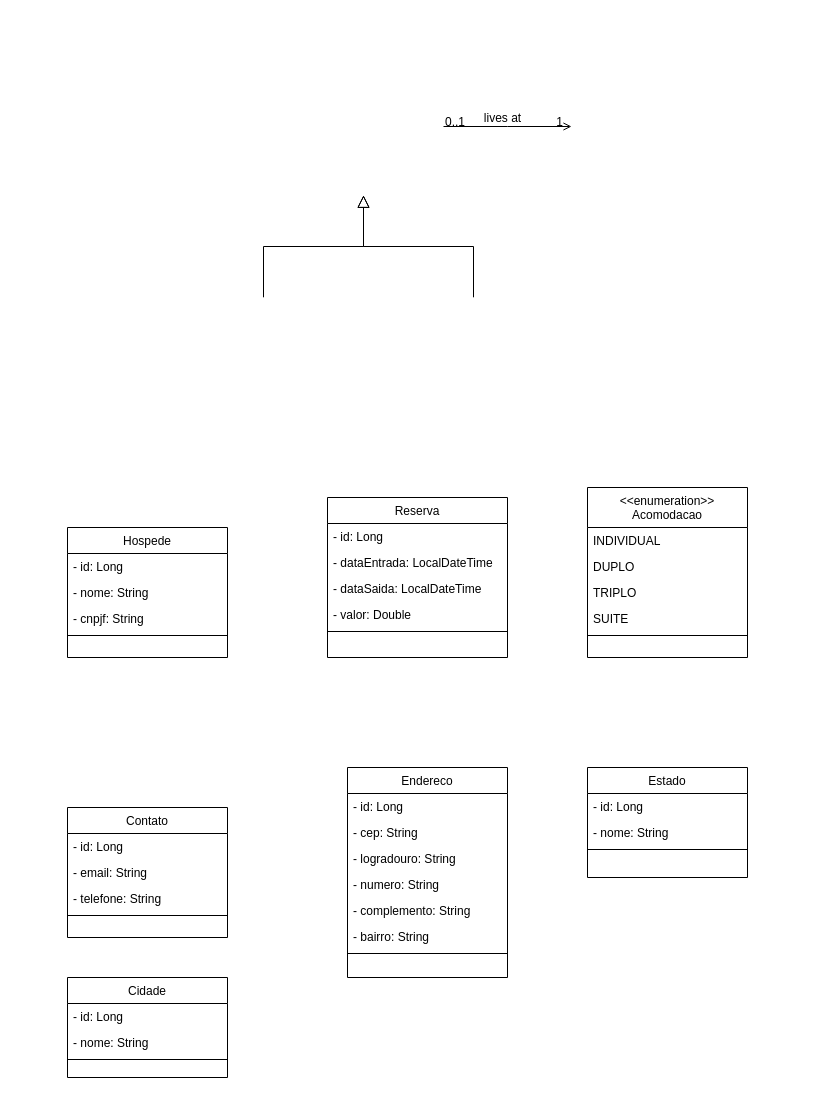
This is Diagrama UML/DiagramaMJV.drawio from lucarauj/mjv-java-school-grupo06-atividades, a draw.io file, before an edit. Source tidied: cells renumbered, new cells numbered last; positions are measured from the earlier drawing's top-left corner, leaving out a move shared by most shapes. Both pictures are drawn from the tidied source at 100%, with x=0, y=0 at pixel (67, 126).
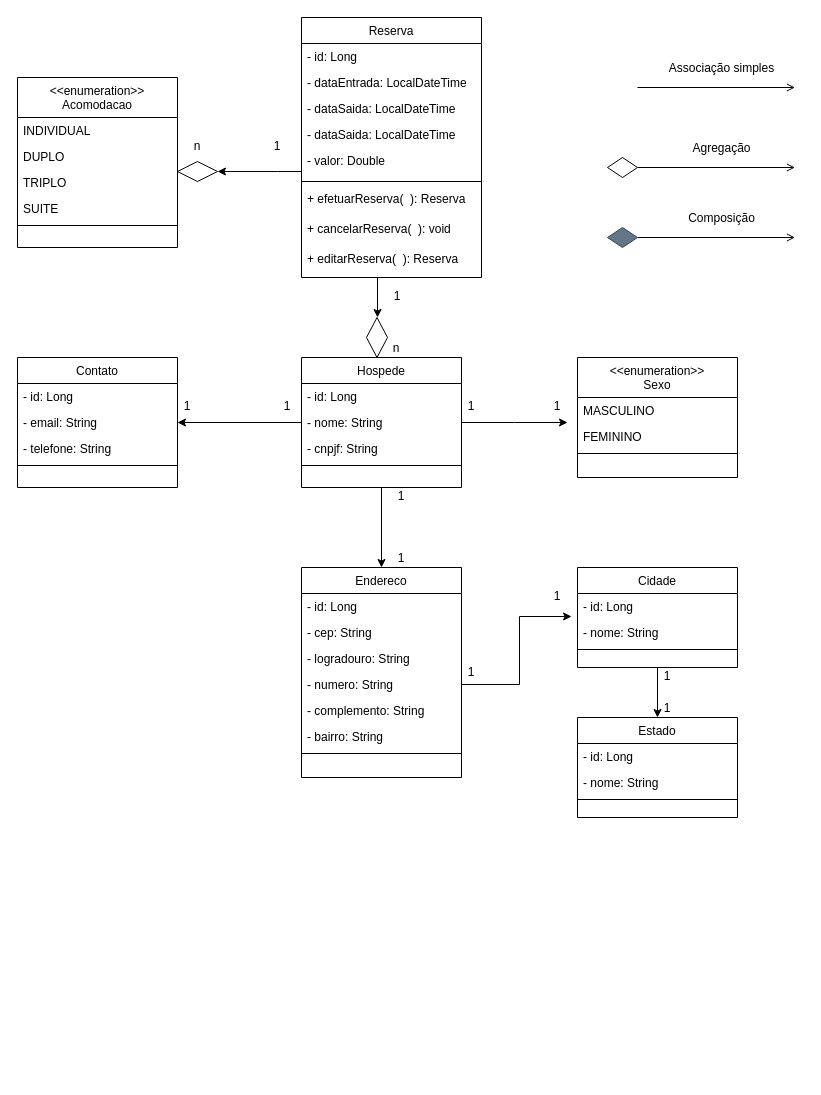
After the change.

Commit message:
Add relacionamento entre Classes

Unchanged cells that the change refers to:
```xml
<mxCell id="10" value="- nome: String" style="text;align=left;verticalAlign=top;spacingLeft=4;spacingRight=4;overflow=hidden;points=[[0,0.5],[1,0.5]];portConstraint=eastwest;" parent="8" vertex="1">
  <mxGeometry y="52" width="160" height="26" as="geometry" />
</mxCell>
<mxCell id="17" value="- numero: String" style="text;align=left;verticalAlign=top;spacingLeft=4;spacingRight=4;overflow=hidden;points=[[0,0.5],[1,0.5]];portConstraint=eastwest;rounded=0;shadow=0;html=0;" parent="13" vertex="1">
  <mxGeometry y="104" width="160" height="26" as="geometry" />
</mxCell>
<mxCell id="23" value="- email: String" style="text;align=left;verticalAlign=top;spacingLeft=4;spacingRight=4;overflow=hidden;points=[[0,0.5],[1,0.5]];portConstraint=eastwest;" parent="21" vertex="1">
  <mxGeometry y="52" width="160" height="26" as="geometry" />
</mxCell>
<mxCell id="28" value="- nome: String" style="text;align=left;verticalAlign=top;spacingLeft=4;spacingRight=4;overflow=hidden;points=[[0,0.5],[1,0.5]];portConstraint=eastwest;" parent="26" vertex="1">
  <mxGeometry y="52" width="160" height="26" as="geometry" />
</mxCell>
```

The edit, as a diff of the source:
```diff
@@
-    <mxCell id="2" style="endArrow=block;endSize=10;endFill=0;shadow=0;strokeWidth=1;rounded=0;edgeStyle=elbowEdgeStyle;elbow=vertical;" parent="1" edge="1">
-      <mxGeometry relative="1" as="geometry">
-        <mxPoint x="196" y="170.8" as="sourcePoint" />
-        <mxPoint x="296" y="68.8" as="targetPoint" />
-      </mxGeometry>
-    </mxCell>
-    <mxCell id="3" style="endArrow=block;endSize=10;endFill=0;shadow=0;strokeWidth=1;rounded=0;edgeStyle=elbowEdgeStyle;elbow=vertical;" parent="1" edge="1">
-      <mxGeometry relative="1" as="geometry">
-        <mxPoint x="406" y="170.8" as="sourcePoint" />
-        <mxPoint x="296" y="68.8" as="targetPoint" />
-      </mxGeometry>
-    </mxCell>
     <mxCell id="4" style="endArrow=open;shadow=0;strokeWidth=1;rounded=0;endFill=1;edgeStyle=elbowEdgeStyle;elbow=vertical;" parent="1" edge="1">
       <mxGeometry x="0.5" y="41" relative="1" as="geometry">
-        <mxPoint x="376" as="sourcePoint" />
-        <mxPoint x="504" as="targetPoint" />
+        <mxPoint x="570" y="-39" as="sourcePoint" />
+        <mxPoint x="727.5" y="-38.5" as="targetPoint" />
         <mxPoint x="-40" y="32" as="offset" />
       </mxGeometry>
     </mxCell>
-    <mxCell id="5" value="0..1" style="align=left;verticalAlign=bottom;labelBackgroundColor=none;fontSize=12;" parent="4" vertex="1">
-      <mxGeometry x="-1" relative="1" as="geometry">
-        <mxPoint y="4" as="offset" />
-      </mxGeometry>
-    </mxCell>
-    <mxCell id="6" value="1" style="align=right;verticalAlign=bottom;labelBackgroundColor=none;fontSize=12;" parent="4" vertex="1">
-      <mxGeometry x="1" relative="1" as="geometry">
-        <mxPoint x="-7" y="4" as="offset" />
-      </mxGeometry>
-    </mxCell>
-    <mxCell id="7" value="lives at" style="text;html=1;align=center;verticalAlign=middle;labelBackgroundColor=none;rounded=0;shadow=0;strokeWidth=1;fontSize=12;" parent="4" vertex="1">
+    <mxCell id="7" value="Associação simples" style="text;html=1;align=center;verticalAlign=middle;labelBackgroundColor=none;rounded=0;shadow=0;strokeWidth=1;fontSize=12;" parent="4" vertex="1">
       <mxGeometry x="0.5" y="49" relative="1" as="geometry">
-        <mxPoint x="-38" y="40" as="offset" />
+        <mxPoint x="-36" y="29" as="offset" />
       </mxGeometry>
     </mxCell>
+    <mxCell id="46" style="edgeStyle=orthogonalEdgeStyle;rounded=0;jettySize=auto;html=1;entryX=0.5;entryY=0;entryDx=0;entryDy=0;" parent="1" edge="1" source="8" target="13">
+      <mxGeometry relative="1" as="geometry" />
+    </mxCell>
     <mxCell id="8" value="Hospede" style="swimlane;fontStyle=0;align=center;verticalAlign=top;horizontal=1;startSize=26;rounded=0;shadow=0;strokeWidth=1;" parent="1" vertex="1">
-      <mxGeometry y="401" width="160" height="130" as="geometry" />
+      <mxGeometry x="234" y="231" width="160" height="130" as="geometry" />
     </mxCell>
@@
+    <mxCell id="47" style="edgeStyle=orthogonalEdgeStyle;rounded=0;jettySize=auto;html=1;" parent="8" edge="1" source="10">
+      <mxGeometry relative="1" as="geometry">
+        <mxPoint x="266" y="65" as="targetPoint" />
+      </mxGeometry>
+    </mxCell>
@@
     <mxCell id="13" value="Endereco" style="swimlane;fontStyle=0;align=center;verticalAlign=top;horizontal=1;startSize=26;rounded=0;shadow=0;strokeWidth=1;" parent="1" vertex="1">
-      <mxGeometry x="280" y="641" width="160" height="210" as="geometry" />
+      <mxGeometry x="234" y="441" width="160" height="210" as="geometry" />
     </mxCell>
@@
     <mxCell id="21" value="Contato" style="swimlane;fontStyle=0;align=center;verticalAlign=top;horizontal=1;startSize=26;rounded=0;shadow=0;strokeWidth=1;" parent="1" vertex="1">
-      <mxGeometry y="681" width="160" height="130" as="geometry" />
+      <mxGeometry x="-50" y="231" width="160" height="130" as="geometry" />
     </mxCell>
@@
+    <mxCell id="48" style="edgeStyle=orthogonalEdgeStyle;rounded=0;jettySize=auto;html=1;entryX=0.5;entryY=0;entryDx=0;entryDy=0;" parent="1" edge="1" source="26" target="30">
+      <mxGeometry relative="1" as="geometry" />
+    </mxCell>
     <mxCell id="26" value="Cidade" style="swimlane;fontStyle=0;align=center;verticalAlign=top;horizontal=1;startSize=26;rounded=0;shadow=0;strokeWidth=1;" parent="1" vertex="1">
-      <mxGeometry y="851" width="160" height="100" as="geometry" />
+      <mxGeometry x="510" y="441" width="160" height="100" as="geometry" />
     </mxCell>
@@
     <mxCell id="30" value="Estado" style="swimlane;fontStyle=0;align=center;verticalAlign=top;horizontal=1;startSize=26;rounded=0;shadow=0;strokeWidth=1;" parent="1" vertex="1">
-      <mxGeometry x="520" y="641" width="160" height="110" as="geometry" />
+      <mxGeometry x="510" y="591" width="160" height="100" as="geometry" />
     </mxCell>
@@
+    <mxCell id="49" style="edgeStyle=orthogonalEdgeStyle;rounded=0;jettySize=auto;html=1;" parent="1" edge="1" source="34" target="66">
+      <mxGeometry relative="1" as="geometry">
+        <Array as="points">
+          <mxPoint x="210" y="45" />
+          <mxPoint x="210" y="45" />
+        </Array>
+      </mxGeometry>
+    </mxCell>
     <mxCell id="34" value="Reserva" style="swimlane;fontStyle=0;align=center;verticalAlign=top;horizontal=1;startSize=26;rounded=0;shadow=0;strokeWidth=1;" parent="1" vertex="1">
-      <mxGeometry x="260" y="371" width="180" height="160" as="geometry" />
+      <mxGeometry x="234" y="-109" width="180" height="260" as="geometry" />
     </mxCell>
@@
+    <mxCell id="50" value="- dataSaida: LocalDateTime" style="text;align=left;verticalAlign=top;spacingLeft=4;spacingRight=4;overflow=hidden;rounded=0;shadow=0;html=0;" parent="34" vertex="1">
+      <mxGeometry y="78" width="180" height="26" as="geometry" />
+    </mxCell>
     <mxCell id="37" value="- dataSaida: LocalDateTime" style="text;align=left;verticalAlign=top;spacingLeft=4;spacingRight=4;overflow=hidden;rounded=0;shadow=0;html=0;" parent="34" vertex="1">
-      <mxGeometry y="78" width="180" height="26" as="geometry" />
+      <mxGeometry y="104" width="180" height="26" as="geometry" />
     </mxCell>
     <mxCell id="38" value="- valor: Double" style="text;align=left;verticalAlign=top;spacingLeft=4;spacingRight=4;overflow=hidden;rounded=0;shadow=0;html=0;" parent="34" vertex="1">
-      <mxGeometry y="104" width="180" height="26" as="geometry" />
+      <mxGeometry y="130" width="180" height="30" as="geometry" />
     </mxCell>
     <mxCell id="39" style="line;html=1;strokeWidth=1;align=left;verticalAlign=middle;spacingTop=-1;spacingLeft=3;spacingRight=3;labelPosition=right;" parent="34" vertex="1">
-      <mxGeometry y="130" width="180" height="8" as="geometry" />
+      <mxGeometry y="160" width="180" height="8" as="geometry" />
     </mxCell>
+    <mxCell id="51" value="+ efetuarReserva(  ): Reserva" style="text;align=left;verticalAlign=top;spacingLeft=4;spacingRight=4;overflow=hidden;rounded=0;shadow=0;html=0;" parent="34" vertex="1">
+      <mxGeometry y="168" width="180" height="30" as="geometry" />
+    </mxCell>
+    <mxCell id="52" value="+ cancelarReserva(  ): void" style="text;align=left;verticalAlign=top;spacingLeft=4;spacingRight=4;overflow=hidden;rounded=0;shadow=0;html=0;" parent="34" vertex="1">
+      <mxGeometry y="198" width="180" height="30" as="geometry" />
+    </mxCell>
+    <mxCell id="53" value="+ editarReserva(  ): Reserva" style="text;align=left;verticalAlign=top;spacingLeft=4;spacingRight=4;overflow=hidden;rounded=0;shadow=0;html=0;" parent="34" vertex="1">
+      <mxGeometry y="228" width="180" height="30" as="geometry" />
+    </mxCell>
     <mxCell id="40" value="&lt;&lt;enumeration&gt;&gt; &#10;Acomodacao" style="swimlane;fontStyle=0;align=center;verticalAlign=top;horizontal=1;startSize=40;rounded=0;shadow=0;strokeWidth=1;" parent="1" vertex="1">
-      <mxGeometry x="520" y="361" width="160" height="170" as="geometry" />
+      <mxGeometry x="-50" y="-49" width="160" height="170" as="geometry" />
     </mxCell>
@@
+    <mxCell id="54" style="endArrow=open;shadow=0;strokeWidth=1;rounded=0;endFill=1;edgeStyle=elbowEdgeStyle;elbow=vertical;" parent="1" edge="1">
+      <mxGeometry x="0.5" y="41" relative="1" as="geometry">
+        <mxPoint x="570" y="41" as="sourcePoint" />
+        <mxPoint x="727.5" y="41.5" as="targetPoint" />
+        <mxPoint x="-40" y="32" as="offset" />
+      </mxGeometry>
+    </mxCell>
+    <mxCell id="55" value="Agregação" style="text;html=1;align=center;verticalAlign=middle;labelBackgroundColor=none;rounded=0;shadow=0;strokeWidth=1;fontSize=12;" parent="54" vertex="1">
+      <mxGeometry x="0.5" y="49" relative="1" as="geometry">
+        <mxPoint x="-36" y="29" as="offset" />
+      </mxGeometry>
+    </mxCell>
+    <mxCell id="56" style="rhombus;whiteSpace=wrap;html=1;" parent="1" vertex="1">
+      <mxGeometry x="540" y="31" width="30" height="20" as="geometry" />
+    </mxCell>
+    <mxCell id="57" style="endArrow=open;shadow=0;strokeWidth=1;rounded=0;endFill=1;edgeStyle=elbowEdgeStyle;elbow=vertical;" parent="1" edge="1">
+      <mxGeometry x="0.5" y="41" relative="1" as="geometry">
+        <mxPoint x="570" y="111" as="sourcePoint" />
+        <mxPoint x="727.5" y="111.5" as="targetPoint" />
+        <mxPoint x="-40" y="32" as="offset" />
+      </mxGeometry>
+    </mxCell>
+    <mxCell id="58" value="Composição" style="text;html=1;align=center;verticalAlign=middle;labelBackgroundColor=none;rounded=0;shadow=0;strokeWidth=1;fontSize=12;" parent="57" vertex="1">
+      <mxGeometry x="0.5" y="49" relative="1" as="geometry">
+        <mxPoint x="-36" y="29" as="offset" />
+      </mxGeometry>
+    </mxCell>
+    <mxCell id="59" style="rhombus;whiteSpace=wrap;html=1;fillColor=#647687;fontColor=#ffffff;strokeColor=#314354;" parent="1" vertex="1">
+      <mxGeometry x="540" y="101" width="30" height="20" as="geometry" />
+    </mxCell>
+    <mxCell id="60" value="&lt;&lt;enumeration&gt;&gt; &#10;Sexo" style="swimlane;fontStyle=0;align=center;verticalAlign=top;horizontal=1;startSize=40;rounded=0;shadow=0;strokeWidth=1;" parent="1" vertex="1">
+      <mxGeometry x="510" y="231" width="160" height="120" as="geometry" />
+    </mxCell>
+    <mxCell id="61" value="MASCULINO" style="text;align=left;verticalAlign=top;spacingLeft=4;spacingRight=4;overflow=hidden;rounded=0;shadow=0;html=0;" parent="60" vertex="1">
+      <mxGeometry y="40" width="160" height="26" as="geometry" />
+    </mxCell>
+    <mxCell id="62" value="FEMININO" style="text;align=left;verticalAlign=top;spacingLeft=4;spacingRight=4;overflow=hidden;rounded=0;shadow=0;html=0;" parent="60" vertex="1">
+      <mxGeometry y="66" width="160" height="26" as="geometry" />
+    </mxCell>
+    <mxCell id="63" style="line;html=1;strokeWidth=1;align=left;verticalAlign=middle;spacingTop=-1;spacingLeft=3;spacingRight=3;labelPosition=right;" parent="60" vertex="1">
+      <mxGeometry y="92" width="160" height="8" as="geometry" />
+    </mxCell>
+    <mxCell id="64" style="edgeStyle=orthogonalEdgeStyle;rounded=0;jettySize=auto;html=1;entryX=-0.037;entryY=-0.115;entryDx=0;entryDy=0;entryPerimeter=0;" parent="1" edge="1" source="17" target="28">
+      <mxGeometry relative="1" as="geometry" />
+    </mxCell>
+    <mxCell id="65" style="edgeStyle=orthogonalEdgeStyle;rounded=0;jettySize=auto;html=1;entryX=1;entryY=0.5;entryDx=0;entryDy=0;" parent="1" edge="1" source="10" target="23">
+      <mxGeometry relative="1" as="geometry" />
+    </mxCell>
+    <mxCell id="66" style="rhombus;whiteSpace=wrap;html=1;verticalAlign=top;fontStyle=0;startSize=26;rounded=0;shadow=0;strokeWidth=1;" parent="1" vertex="1">
+      <mxGeometry x="110" y="35" width="40" height="20" as="geometry" />
+    </mxCell>
+    <mxCell id="67" style="rhombus;whiteSpace=wrap;html=1;verticalAlign=top;fontStyle=0;startSize=26;rounded=0;shadow=0;strokeWidth=1;" parent="1" vertex="1">
+      <mxGeometry x="299" y="191" width="21" height="40" as="geometry" />
+    </mxCell>
+    <mxCell id="68" style="edgeStyle=orthogonalEdgeStyle;rounded=0;orthogonalLoop=1;jettySize=auto;html=1;" parent="1" edge="1">
+      <mxGeometry relative="1" as="geometry">
+        <mxPoint x="310" y="161" as="sourcePoint" />
+        <mxPoint x="310" y="191" as="targetPoint" />
+        <Array as="points">
+          <mxPoint x="310" y="151" />
+          <mxPoint x="310" y="151" />
+        </Array>
+      </mxGeometry>
+    </mxCell>
+    <mxCell id="69" value="n" style="text;html=1;strokeColor=none;fillColor=none;align=center;verticalAlign=middle;whiteSpace=wrap;rounded=0;" parent="1" vertex="1">
+      <mxGeometry x="100" y="11" width="60" height="17.5" as="geometry" />
+    </mxCell>
+    <mxCell id="70" value="1" style="text;html=1;strokeColor=none;fillColor=none;align=center;verticalAlign=middle;whiteSpace=wrap;rounded=0;" parent="1" vertex="1">
+      <mxGeometry x="200" y="11" width="20" height="17.5" as="geometry" />
+    </mxCell>
+    <mxCell id="71" value="1" style="text;html=1;strokeColor=none;fillColor=none;align=center;verticalAlign=middle;whiteSpace=wrap;rounded=0;" parent="1" vertex="1">
+      <mxGeometry x="320" y="161" width="20" height="17.5" as="geometry" />
+    </mxCell>
+    <mxCell id="72" value="n" style="text;html=1;strokeColor=none;fillColor=none;align=center;verticalAlign=middle;whiteSpace=wrap;rounded=0;" parent="1" vertex="1">
+      <mxGeometry x="299" y="213.5" width="60" height="17.5" as="geometry" />
+    </mxCell>
+    <mxCell id="73" value="1" style="text;html=1;strokeColor=none;fillColor=none;align=center;verticalAlign=middle;whiteSpace=wrap;rounded=0;" parent="1" vertex="1">
+      <mxGeometry x="394" y="271" width="20" height="17.5" as="geometry" />
+    </mxCell>
+    <mxCell id="74" value="1" style="text;html=1;strokeColor=none;fillColor=none;align=center;verticalAlign=middle;whiteSpace=wrap;rounded=0;" parent="1" vertex="1">
+      <mxGeometry x="480" y="271" width="20" height="17.5" as="geometry" />
+    </mxCell>
+    <mxCell id="75" value="1" style="text;html=1;strokeColor=none;fillColor=none;align=center;verticalAlign=middle;whiteSpace=wrap;rounded=0;" parent="1" vertex="1">
+      <mxGeometry x="210" y="271" width="20" height="17.5" as="geometry" />
+    </mxCell>
+    <mxCell id="76" value="1" style="text;html=1;strokeColor=none;fillColor=none;align=center;verticalAlign=middle;whiteSpace=wrap;rounded=0;" parent="1" vertex="1">
+      <mxGeometry x="110" y="271" width="20" height="17.5" as="geometry" />
+    </mxCell>
+    <mxCell id="77" value="1" style="text;html=1;strokeColor=none;fillColor=none;align=center;verticalAlign=middle;whiteSpace=wrap;rounded=0;" parent="1" vertex="1">
+      <mxGeometry x="324" y="361" width="20" height="17.5" as="geometry" />
+    </mxCell>
+    <mxCell id="78" value="1" style="text;html=1;strokeColor=none;fillColor=none;align=center;verticalAlign=middle;whiteSpace=wrap;rounded=0;" parent="1" vertex="1">
+      <mxGeometry x="324" y="423.5" width="20" height="17.5" as="geometry" />
+    </mxCell>
+    <mxCell id="79" value="1" style="text;html=1;strokeColor=none;fillColor=none;align=center;verticalAlign=middle;whiteSpace=wrap;rounded=0;" parent="1" vertex="1">
+      <mxGeometry x="394" y="537.2" width="20" height="17.5" as="geometry" />
+    </mxCell>
+    <mxCell id="80" value="1" style="text;html=1;strokeColor=none;fillColor=none;align=center;verticalAlign=middle;whiteSpace=wrap;rounded=0;" parent="1" vertex="1">
+      <mxGeometry x="480" y="461" width="20" height="17.5" as="geometry" />
+    </mxCell>
+    <mxCell id="81" value="1" style="text;html=1;strokeColor=none;fillColor=none;align=center;verticalAlign=middle;whiteSpace=wrap;rounded=0;" parent="1" vertex="1">
+      <mxGeometry x="590" y="541" width="20" height="17.5" as="geometry" />
+    </mxCell>
+    <mxCell id="82" value="1" style="text;html=1;strokeColor=none;fillColor=none;align=center;verticalAlign=middle;whiteSpace=wrap;rounded=0;" parent="1" vertex="1">
+      <mxGeometry x="590" y="573.5" width="20" height="17.5" as="geometry" />
+    </mxCell>
```
